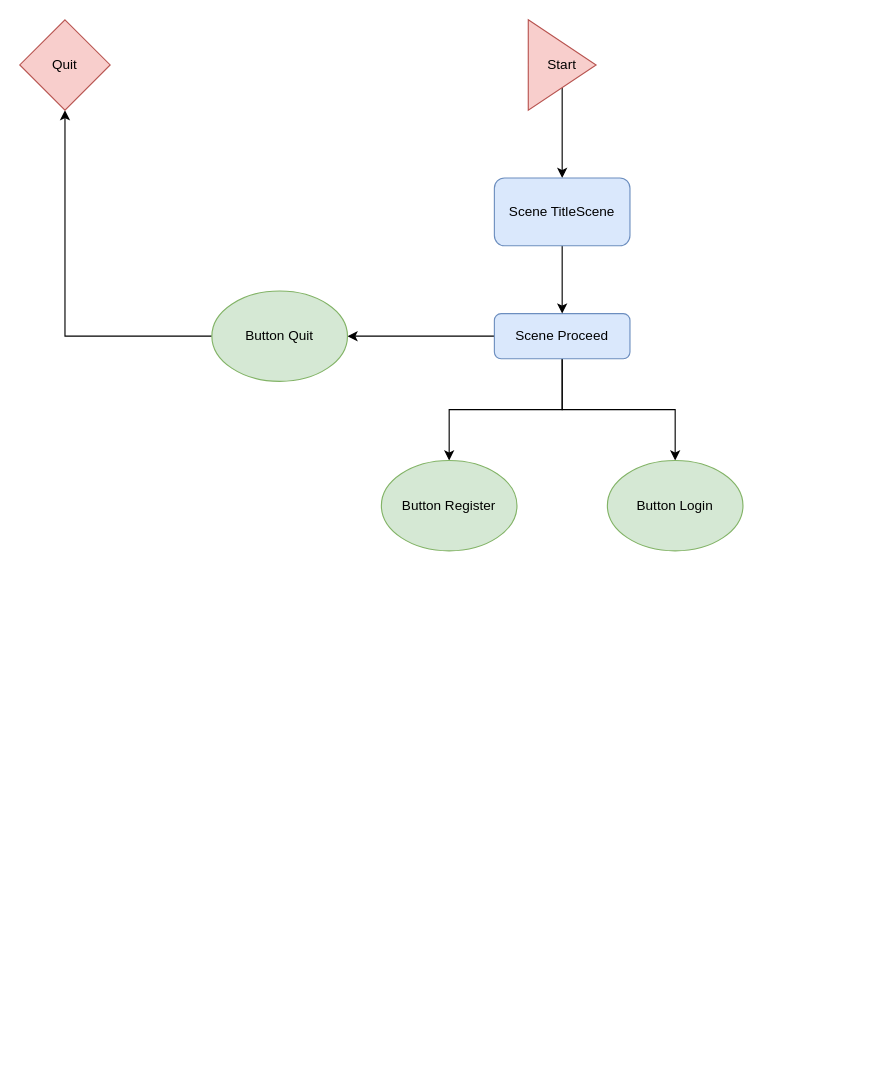
MacVarint/Codes-Law keeps this draw.io diagram as Flowchart_CodesLaw.drawio. Above is the earlier version. Source tidied: cells renumbered, new cells numbered last; positions are measured from the earlier drawing's top-left corner, leaving out a move shared by most shapes. Both pictures are drawn from the tidied source at 113%, with x=0, y=0 at pixel (19, 19).
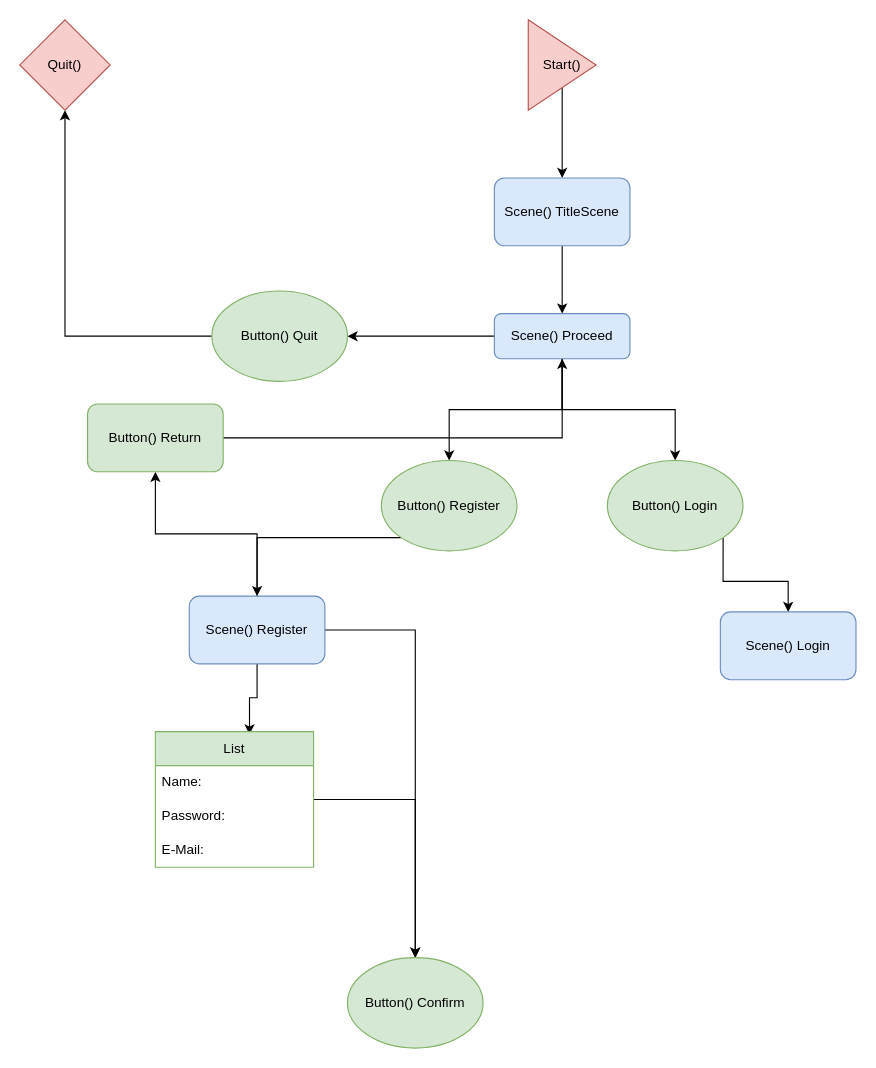
The same diagram, later.

Commit message:
Made some changes to the flowchart

The edit, as a diff of the source:
```diff
@@
-    <mxCell id="5" value="Scene Proceed" style="rounded=1;whiteSpace=wrap;html=1;fontSize=12;glass=0;strokeWidth=1;shadow=0;fillColor=#dae8fc;strokeColor=#6c8ebf;" parent="1" vertex="1">
+    <mxCell id="5" value="Scene() Proceed" style="rounded=1;whiteSpace=wrap;html=1;fontSize=12;glass=0;strokeWidth=1;shadow=0;fillColor=#dae8fc;strokeColor=#6c8ebf;" parent="1" vertex="1">
       <mxGeometry x="420" y="260" width="120" height="40" as="geometry" />
     </mxCell>
+    <mxCell id="15" style="edgeStyle=orthogonalEdgeStyle;rounded=0;jettySize=auto;html=1;exitX=0;exitY=1;exitDx=0;exitDy=0;" parent="1" edge="1" source="6" target="20">
+      <mxGeometry relative="1" as="geometry" />
+    </mxCell>
-    <mxCell id="6" value="Button Register" style="ellipse;whiteSpace=wrap;html=1;fillColor=#d5e8d4;strokeColor=#82b366;" parent="1" vertex="1">
+    <mxCell id="6" value="Button() Register" style="ellipse;whiteSpace=wrap;html=1;fillColor=#d5e8d4;strokeColor=#82b366;" parent="1" vertex="1">
       <mxGeometry x="320" y="390" width="120" height="80" as="geometry" />
     </mxCell>
+    <mxCell id="16" style="edgeStyle=orthogonalEdgeStyle;rounded=0;jettySize=auto;html=1;exitX=1;exitY=1;exitDx=0;exitDy=0;" parent="1" edge="1" source="7" target="21">
+      <mxGeometry relative="1" as="geometry" />
+    </mxCell>
-    <mxCell id="7" value="Button Login" style="ellipse;whiteSpace=wrap;html=1;fillColor=#d5e8d4;strokeColor=#82b366;" parent="1" vertex="1">
+    <mxCell id="7" value="Button() Login" style="ellipse;whiteSpace=wrap;html=1;fillColor=#d5e8d4;strokeColor=#82b366;" parent="1" vertex="1">
       <mxGeometry x="520" y="390" width="120" height="80" as="geometry" />
     </mxCell>
@@
-    <mxCell id="9" value="Button Quit" style="ellipse;whiteSpace=wrap;html=1;fillColor=#d5e8d4;strokeColor=#82b366;" parent="1" vertex="1">
+    <mxCell id="9" value="Button() Quit" style="ellipse;whiteSpace=wrap;html=1;fillColor=#d5e8d4;strokeColor=#82b366;" parent="1" vertex="1">
       <mxGeometry x="170" y="240" width="120" height="80" as="geometry" />
     </mxCell>
-    <mxCell id="10" value="Quit" style="rhombus;whiteSpace=wrap;html=1;fillColor=#f8cecc;strokeColor=#b85450;" parent="1" vertex="1">
+    <mxCell id="10" value="Quit()" style="rhombus;whiteSpace=wrap;html=1;fillColor=#f8cecc;strokeColor=#b85450;" parent="1" vertex="1">
       <mxGeometry width="80" height="80" as="geometry" />
     </mxCell>
@@
-    <mxCell id="12" value="Start" style="triangle;whiteSpace=wrap;html=1;fillColor=#f8cecc;strokeColor=#b85450;" parent="1" vertex="1">
+    <mxCell id="12" value="Start()" style="triangle;whiteSpace=wrap;html=1;fillColor=#f8cecc;strokeColor=#b85450;" parent="1" vertex="1">
       <mxGeometry x="450" width="60" height="80" as="geometry" />
     </mxCell>
@@
-    <mxCell id="14" value="Scene TitleScene" style="rounded=1;whiteSpace=wrap;html=1;fillColor=#dae8fc;strokeColor=#6c8ebf;" parent="1" vertex="1">
+    <mxCell id="14" value="Scene() TitleScene" style="rounded=1;whiteSpace=wrap;html=1;fillColor=#dae8fc;strokeColor=#6c8ebf;" parent="1" vertex="1">
       <mxGeometry x="420" y="140" width="120" height="60" as="geometry" />
     </mxCell>
+    <mxCell id="17" style="edgeStyle=orthogonalEdgeStyle;rounded=0;jettySize=auto;html=1;exitX=0.5;exitY=1;exitDx=0;exitDy=0;entryX=0.595;entryY=0.021;entryDx=0;entryDy=0;entryPerimeter=0;" parent="1" edge="1" source="20" target="23">
+      <mxGeometry relative="1" as="geometry" />
+    </mxCell>
+    <mxCell id="18" style="edgeStyle=orthogonalEdgeStyle;rounded=0;jettySize=auto;html=1;" parent="1" edge="1" source="20" target="28">
+      <mxGeometry relative="1" as="geometry" />
+    </mxCell>
+    <mxCell id="19" style="edgeStyle=orthogonalEdgeStyle;rounded=0;jettySize=auto;html=1;" parent="1" edge="1" source="20" target="29">
+      <mxGeometry relative="1" as="geometry" />
+    </mxCell>
+    <mxCell id="20" value="Scene() Register" style="rounded=1;whiteSpace=wrap;html=1;fillColor=#dae8fc;strokeColor=#6c8ebf;" parent="1" vertex="1">
+      <mxGeometry x="150" y="510" width="120" height="60" as="geometry" />
+    </mxCell>
+    <mxCell id="21" value="Scene() Login" style="rounded=1;whiteSpace=wrap;html=1;fillColor=#dae8fc;strokeColor=#6c8ebf;" parent="1" vertex="1">
+      <mxGeometry x="620" y="524" width="120" height="60" as="geometry" />
+    </mxCell>
+    <mxCell id="22" style="edgeStyle=orthogonalEdgeStyle;rounded=0;jettySize=auto;html=1;" parent="1" edge="1" source="23" target="29">
+      <mxGeometry relative="1" as="geometry" />
+    </mxCell>
+    <mxCell id="23" value="List" style="swimlane;fontStyle=0;horizontal=1;startSize=30;whiteSpace=wrap;html=1;fillColor=#d5e8d4;strokeColor=#82b366;" parent="1" vertex="1">
+      <mxGeometry x="120" y="630" width="140" height="120" as="geometry" />
+    </mxCell>
+    <mxCell id="24" value="Name:" style="text;strokeColor=none;fillColor=none;align=left;verticalAlign=middle;spacingLeft=4;spacingRight=4;overflow=hidden;whiteSpace=wrap;html=1;" parent="23" vertex="1">
+      <mxGeometry y="30" width="140" height="30" as="geometry" />
+    </mxCell>
+    <mxCell id="25" value="Password:" style="text;strokeColor=none;fillColor=none;align=left;verticalAlign=middle;spacingLeft=4;spacingRight=4;overflow=hidden;whiteSpace=wrap;html=1;" parent="23" vertex="1">
+      <mxGeometry y="60" width="140" height="30" as="geometry" />
+    </mxCell>
+    <mxCell id="26" value="E-Mail:" style="text;strokeColor=none;fillColor=none;align=left;verticalAlign=middle;spacingLeft=4;spacingRight=4;overflow=hidden;whiteSpace=wrap;html=1;" parent="23" vertex="1">
+      <mxGeometry y="90" width="140" height="30" as="geometry" />
+    </mxCell>
+    <mxCell id="27" style="edgeStyle=orthogonalEdgeStyle;rounded=0;jettySize=auto;html=1;" parent="1" edge="1" source="28" target="5">
+      <mxGeometry relative="1" as="geometry" />
+    </mxCell>
+    <mxCell id="28" value="Button() Return" style="rounded=1;whiteSpace=wrap;html=1;fillColor=#d5e8d4;strokeColor=#82b366;" parent="1" vertex="1">
+      <mxGeometry x="60" y="340" width="120" height="60" as="geometry" />
+    </mxCell>
+    <mxCell id="29" value="Button() Confirm" style="ellipse;whiteSpace=wrap;html=1;fillColor=#d5e8d4;strokeColor=#82b366;" parent="1" vertex="1">
+      <mxGeometry x="290" y="830" width="120" height="80" as="geometry" />
+    </mxCell>
```
